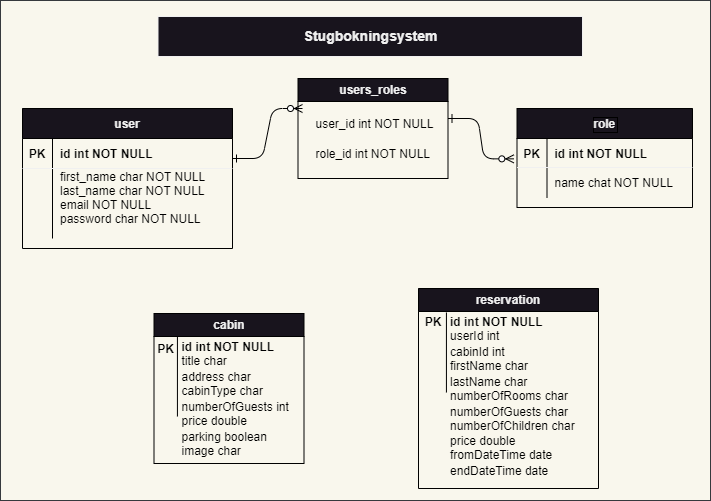
dchotan/arbetsprov keeps this draw.io diagram as pics/StugbokningDbModel.png. Above is the earlier version. Source tidied: cells renumbered, new cells last; positions are measured from the earlier drawing's top-left corner, leaving out a move shared by most shapes.
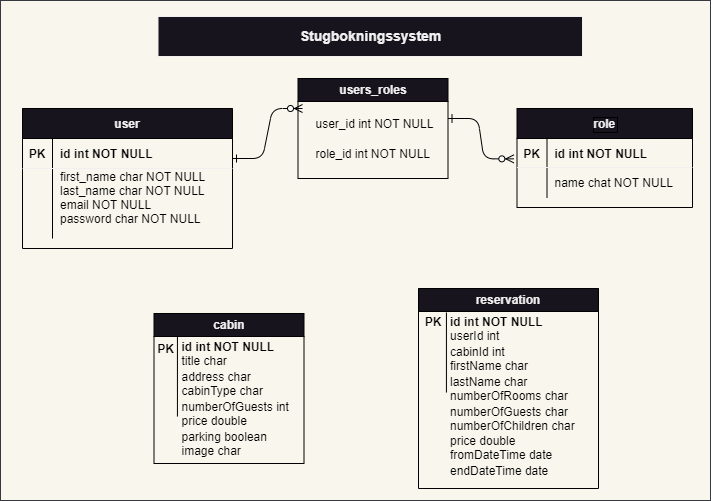
Above is the later version.

Commit message:
updated data model db pic

The edit, as a diff of the source:
```diff
@@ -152,7 +152,7 @@
         <mxPoint x="445.9" y="312" as="targetPoint" />
       </mxGeometry>
     </mxCell>
-    <mxCell id="47" value="Stugbokningsystem" style="rounded=0;whiteSpace=wrap;html=1;fontStyle=1;fontSize=14;" parent="1" vertex="1">
+    <mxCell id="47" value="Stugbokningssystem" style="rounded=0;whiteSpace=wrap;html=1;fontStyle=1;fontSize=14;" parent="1" vertex="1">
       <mxGeometry x="157.5" y="16" width="424.5" height="40" as="geometry" />
     </mxCell>
   </root>
```
